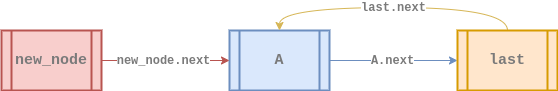
This is assets/data-structure/linked-list/cll-singly-insert_at1.png from euisblue/vue-blog, a draw.io export, as it was before one commit. Source tidied: cells renumbered, new cells last; positions are measured from the earlier drawing's top-left corner, leaving out a move shared by most shapes. Source of this version:
```xml
<mxGraphModel>
  <root>
    <mxCell id="0" />
    <mxCell id="1" parent="0" />
    <mxCell id="2" value="&lt;b style=&quot;font-size: 11px; letter-spacing: normal; text-align: center; text-indent: 0px; text-transform: none; word-spacing: 0px; font-family: &amp;quot;courier new&amp;quot;;&quot;&gt;&lt;font style=&quot;font-size: 12px&quot; color=&quot;#7a7a7a&quot;&gt;A.next&lt;/font&gt;&lt;/b&gt;" style="edgeStyle=orthogonalEdgeStyle;curved=1;rounded=0;sketch=0;jettySize=auto;html=1;exitX=1;exitY=0.5;exitDx=0;exitDy=0;entryX=0;entryY=0.5;entryDx=0;entryDy=0;strokeColor=#6c8ebf;strokeWidth=1;fillColor=#dae8fc;fontStyle=0;" parent="1" edge="1" source="3" target="5">
      <mxGeometry x="-0.01" relative="1" as="geometry" />
    </mxCell>
    <mxCell id="3" value="&lt;div&gt;&lt;font color=&quot;#7a7a7a&quot; face=&quot;courier new&quot; style=&quot;font-size: 15px&quot;&gt;A&lt;/font&gt;&lt;/div&gt;" style="shape=process;whiteSpace=wrap;html=1;backgroundOutline=1;fillColor=#dae8fc;strokeColor=#6c8ebf;gradientDirection=east;strokeWidth=2;shadow=0;glass=0;align=center;sketch=0;fontStyle=1;" parent="1" vertex="1">
      <mxGeometry x="228" y="23" width="100" height="60" as="geometry" />
    </mxCell>
    <mxCell id="4" value="&lt;font face=&quot;courier new&quot; color=&quot;#7a7a7a&quot;&gt;&lt;span style=&quot;font-size: 12px&quot;&gt;&lt;b&gt;last.next&lt;/b&gt;&lt;/span&gt;&lt;/font&gt;" style="edgeStyle=orthogonalEdgeStyle;curved=1;rounded=0;sketch=0;jettySize=auto;html=1;exitX=0.5;exitY=0;exitDx=0;exitDy=0;entryX=0.5;entryY=0;entryDx=0;entryDy=0;strokeWidth=1;fillColor=#fff2cc;fontStyle=0;strokeColor=#d6b656;" parent="1" edge="1" source="5" target="3">
      <mxGeometry relative="1" as="geometry">
        <Array as="points">
          <mxPoint x="506" />
          <mxPoint x="278" />
        </Array>
      </mxGeometry>
    </mxCell>
    <mxCell id="5" value="&lt;div&gt;&lt;font color=&quot;#7a7a7a&quot; face=&quot;courier new&quot;&gt;&lt;span style=&quot;font-size: 15px&quot;&gt;&lt;b&gt;last&lt;/b&gt;&lt;/span&gt;&lt;/font&gt;&lt;/div&gt;" style="shape=process;whiteSpace=wrap;html=1;backgroundOutline=1;fillColor=#ffe6cc;strokeColor=#d79b00;gradientDirection=east;strokeWidth=2;shadow=0;glass=0;align=center;sketch=0;fontStyle=0;" parent="1" vertex="1">
      <mxGeometry x="456" y="23" width="100" height="60" as="geometry" />
    </mxCell>
    <mxCell id="6" value="&lt;b style=&quot;color: rgb(122 , 122 , 122) ; font-family: &amp;#34;courier new&amp;#34; ; font-size: 12px ; font-style: normal ; letter-spacing: normal ; text-align: center ; text-indent: 0px ; text-transform: none ; word-spacing: 0px ; background-color: rgb(255 , 255 , 255)&quot;&gt;new_node.next&lt;/b&gt;" style="edgeStyle=none;rounded=0;sketch=0;jettySize=auto;html=1;exitX=1;exitY=0.5;exitDx=0;exitDy=0;entryX=0;entryY=0.5;entryDx=0;entryDy=0;strokeColor=#b85450;strokeWidth=1;fillColor=#f8cecc;" parent="1" edge="1" source="7" target="3">
      <mxGeometry x="-0.03" relative="1" as="geometry" />
    </mxCell>
    <mxCell id="7" value="&lt;b&gt;&lt;font style=&quot;font-size: 15px&quot; face=&quot;Courier New&quot; color=&quot;#7a7a7a&quot;&gt;new_node&lt;br&gt;&lt;/font&gt;&lt;/b&gt;" style="shape=process;whiteSpace=wrap;html=1;backgroundOutline=1;fillColor=#f8cecc;strokeColor=#b85450;gradientDirection=east;strokeWidth=2;shadow=0;glass=0;sketch=0;fontStyle=0;" parent="1" vertex="1">
      <mxGeometry y="23" width="100" height="60" as="geometry" />
    </mxCell>
  </root>
</mxGraphModel>
```
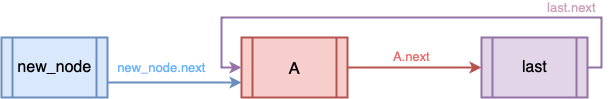
The same diagram one commit later.

Change to the diagram source:
```diff
@@ -2,28 +2,35 @@
   <root>
     <mxCell id="0" />
     <mxCell id="1" parent="0" />
-    <mxCell id="2" value="&lt;b style=&quot;font-size: 11px; letter-spacing: normal; text-align: center; text-indent: 0px; text-transform: none; word-spacing: 0px; font-family: &amp;quot;courier new&amp;quot;;&quot;&gt;&lt;font style=&quot;font-size: 12px&quot; color=&quot;#7a7a7a&quot;&gt;A.next&lt;/font&gt;&lt;/b&gt;" style="edgeStyle=orthogonalEdgeStyle;curved=1;rounded=0;sketch=0;jettySize=auto;html=1;exitX=1;exitY=0.5;exitDx=0;exitDy=0;entryX=0;entryY=0.5;entryDx=0;entryDy=0;strokeColor=#6c8ebf;strokeWidth=1;fillColor=#dae8fc;fontStyle=0;" parent="1" edge="1" source="3" target="5">
-      <mxGeometry x="-0.01" relative="1" as="geometry" />
+    <mxCell id="2" value="&lt;font color=&quot;#66b2ff&quot; style=&quot;font-size: 13px&quot;&gt;new_node.next&lt;/font&gt;" style="edgeStyle=orthogonalEdgeStyle;rounded=0;jettySize=auto;html=1;exitX=1;exitY=0.75;exitDx=0;exitDy=0;entryX=0;entryY=0.75;entryDx=0;entryDy=0;fillColor=#dae8fc;strokeColor=#6c8ebf;strokeWidth=2;labelBackgroundColor=none;labelBorderColor=none;fontFamily=Helvetica;" parent="1" edge="1" source="3" target="5">
+      <mxGeometry x="-0.19" y="15" relative="1" as="geometry" />
     </mxCell>
-    <mxCell id="3" value="&lt;div&gt;&lt;font color=&quot;#7a7a7a&quot; face=&quot;courier new&quot; style=&quot;font-size: 15px&quot;&gt;A&lt;/font&gt;&lt;/div&gt;" style="shape=process;whiteSpace=wrap;html=1;backgroundOutline=1;fillColor=#dae8fc;strokeColor=#6c8ebf;gradientDirection=east;strokeWidth=2;shadow=0;glass=0;align=center;sketch=0;fontStyle=1;" parent="1" vertex="1">
-      <mxGeometry x="228" y="23" width="100" height="60" as="geometry" />
+    <mxCell id="3" value="&lt;font&gt;&lt;font style=&quot;font-size: 16px&quot;&gt;new_node&lt;/font&gt;&lt;br&gt;&lt;/font&gt;" style="shape=process;whiteSpace=wrap;html=1;backgroundOutline=1;strokeWidth=2;fillColor=#dae8fc;strokeColor=#6c8ebf;fontStyle=0;fontFamily=Helvetica;fontSize=14;labelBackgroundColor=none;labelBorderColor=none;" parent="1" vertex="1">
+      <mxGeometry x="26" y="150" width="106" height="60" as="geometry" />
     </mxCell>
-    <mxCell id="4" value="&lt;font face=&quot;courier new&quot; color=&quot;#7a7a7a&quot;&gt;&lt;span style=&quot;font-size: 12px&quot;&gt;&lt;b&gt;last.next&lt;/b&gt;&lt;/span&gt;&lt;/font&gt;" style="edgeStyle=orthogonalEdgeStyle;curved=1;rounded=0;sketch=0;jettySize=auto;html=1;exitX=0.5;exitY=0;exitDx=0;exitDy=0;entryX=0.5;entryY=0;entryDx=0;entryDy=0;strokeWidth=1;fillColor=#fff2cc;fontStyle=0;strokeColor=#d6b656;" parent="1" edge="1" source="5" target="3">
-      <mxGeometry relative="1" as="geometry">
+    <mxCell id="4" value="&lt;font color=&quot;#ea6b66&quot; style=&quot;font-size: 13px ; line-height: 95%&quot;&gt;A.next&lt;/font&gt;" style="edgeStyle=orthogonalEdgeStyle;rounded=0;jettySize=auto;html=1;exitX=1;exitY=0.5;exitDx=0;exitDy=0;entryX=0;entryY=0.5;entryDx=0;entryDy=0;fillColor=#f8cecc;strokeColor=#b85450;strokeWidth=2;labelBackgroundColor=none;labelBorderColor=none;fontFamily=Helvetica;align=center;" parent="1" edge="1" source="5" target="7">
+      <mxGeometry x="-0.04" y="10" relative="1" as="geometry">
         <Array as="points">
-          <mxPoint x="506" />
-          <mxPoint x="278" />
+          <mxPoint x="426" y="180" />
+          <mxPoint x="426" y="180" />
         </Array>
       </mxGeometry>
     </mxCell>
-    <mxCell id="5" value="&lt;div&gt;&lt;font color=&quot;#7a7a7a&quot; face=&quot;courier new&quot;&gt;&lt;span style=&quot;font-size: 15px&quot;&gt;&lt;b&gt;last&lt;/b&gt;&lt;/span&gt;&lt;/font&gt;&lt;/div&gt;" style="shape=process;whiteSpace=wrap;html=1;backgroundOutline=1;fillColor=#ffe6cc;strokeColor=#d79b00;gradientDirection=east;strokeWidth=2;shadow=0;glass=0;align=center;sketch=0;fontStyle=0;" parent="1" vertex="1">
-      <mxGeometry x="456" y="23" width="100" height="60" as="geometry" />
+    <mxCell id="5" value="&lt;font&gt;&lt;font style=&quot;font-size: 17px&quot;&gt;A&lt;/font&gt;&lt;br&gt;&lt;/font&gt;" style="shape=process;whiteSpace=wrap;html=1;backgroundOutline=1;strokeWidth=2;fillColor=#f8cecc;strokeColor=#b85450;fontStyle=0;fontFamily=Helvetica;fontSize=14;labelBackgroundColor=none;labelBorderColor=none;" parent="1" vertex="1">
+      <mxGeometry x="266" y="150" width="106" height="60" as="geometry" />
     </mxCell>
-    <mxCell id="6" value="&lt;b style=&quot;color: rgb(122 , 122 , 122) ; font-family: &amp;#34;courier new&amp;#34; ; font-size: 12px ; font-style: normal ; letter-spacing: normal ; text-align: center ; text-indent: 0px ; text-transform: none ; word-spacing: 0px ; background-color: rgb(255 , 255 , 255)&quot;&gt;new_node.next&lt;/b&gt;" style="edgeStyle=none;rounded=0;sketch=0;jettySize=auto;html=1;exitX=1;exitY=0.5;exitDx=0;exitDy=0;entryX=0;entryY=0.5;entryDx=0;entryDy=0;strokeColor=#b85450;strokeWidth=1;fillColor=#f8cecc;" parent="1" edge="1" source="7" target="3">
-      <mxGeometry x="-0.03" relative="1" as="geometry" />
+    <mxCell id="6" value="&lt;span style=&quot;color: rgb(205 , 162 , 190) ; font-family: &amp;quot;helvetica&amp;quot; ; font-size: 13px ; font-style: normal ; font-weight: normal ; letter-spacing: normal ; text-align: center ; text-indent: 0px ; text-transform: none ; word-spacing: 0px ; text-decoration: none ; display: inline ; float: none&quot;&gt;last.next&lt;/span&gt;" style="edgeStyle=orthogonalEdgeStyle;rounded=0;jettySize=auto;html=1;exitX=1;exitY=0.5;exitDx=0;exitDy=0;labelBackgroundColor=none;strokeWidth=2;fontFamily=Helvetica;fontColor=#666666;align=center;fillColor=#e1d5e7;strokeColor=#9673a6;entryX=0;entryY=0.5;entryDx=0;entryDy=0;" parent="1" edge="1" source="7" target="5">
+      <mxGeometry x="-0.63" y="-10" relative="1" as="geometry">
+        <Array as="points">
+          <mxPoint x="626" y="180" />
+          <mxPoint x="626" y="130" />
+          <mxPoint x="246" y="130" />
+          <mxPoint x="246" y="180" />
+        </Array>
+      </mxGeometry>
     </mxCell>
-    <mxCell id="7" value="&lt;b&gt;&lt;font style=&quot;font-size: 15px&quot; face=&quot;Courier New&quot; color=&quot;#7a7a7a&quot;&gt;new_node&lt;br&gt;&lt;/font&gt;&lt;/b&gt;" style="shape=process;whiteSpace=wrap;html=1;backgroundOutline=1;fillColor=#f8cecc;strokeColor=#b85450;gradientDirection=east;strokeWidth=2;shadow=0;glass=0;sketch=0;fontStyle=0;" parent="1" vertex="1">
-      <mxGeometry y="23" width="100" height="60" as="geometry" />
+    <mxCell id="7" value="&lt;font&gt;&lt;font style=&quot;font-size: 16px&quot;&gt;last&lt;/font&gt;&lt;br&gt;&lt;/font&gt;" style="shape=process;whiteSpace=wrap;html=1;backgroundOutline=1;strokeWidth=2;fillColor=#e1d5e7;strokeColor=#9673a6;fontStyle=0;fontFamily=Helvetica;fontSize=14;labelBackgroundColor=none;labelBorderColor=none;" parent="1" vertex="1">
+      <mxGeometry x="506" y="150" width="106" height="60" as="geometry" />
     </mxCell>
   </root>
 </mxGraphModel>
```
